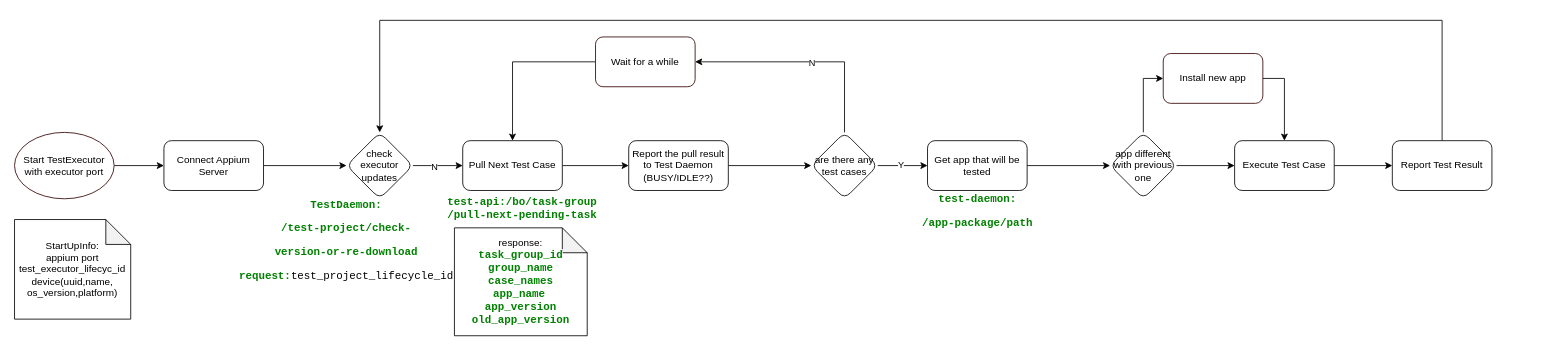
Before: page "Test Executor" (6 of 6) of App Automation 2.0.drawio in michellec2021/appium-demo, a draw.io diagram. Source tidied: cells renumbered, new cells numbered last; positions are measured from the earlier drawing's top-left corner, leaving out a move shared by most shapes. Both pictures are drawn from the tidied source at 83%, with x=0, y=0 at pixel (14, 20).
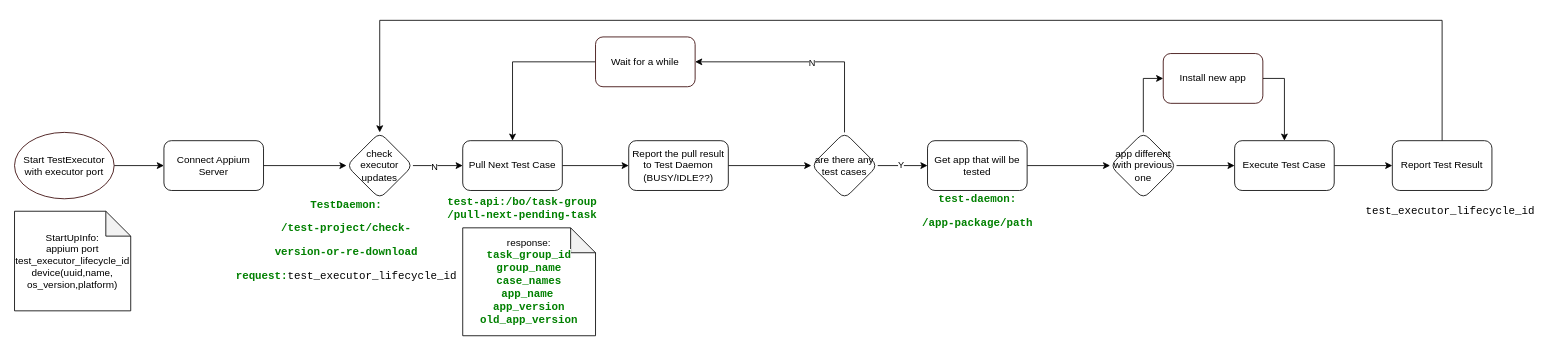
After the change.

What changed in the source:
```diff
@@
-    <mxCell id="2" value="StartUpInfo:&lt;br&gt;appium port&lt;br&gt;test_executor_lifecyc_id&lt;br&gt;device(uuid,name,&lt;br&gt;os_version,platform)" style="shape=note;whiteSpace=wrap;html=1;backgroundOutline=1;darkOpacity=0.05;" parent="1" vertex="1">
-      <mxGeometry y="240" width="140" height="120" as="geometry" />
+    <mxCell id="2" value="StartUpInfo:&lt;br&gt;appium port&lt;br&gt;test_executor_lifecycle_id&lt;br&gt;device(uuid,name,&lt;br&gt;os_version,platform)" style="shape=note;whiteSpace=wrap;html=1;backgroundOutline=1;darkOpacity=0.05;" parent="1" vertex="1">
+      <mxGeometry y="230" width="140" height="120" as="geometry" />
     </mxCell>
     <mxCell id="3" value="response:&lt;br&gt;&lt;span style=&quot;color: rgb(0, 128, 0); font-weight: bold; background-color: rgb(255, 255, 255); font-family: &amp;quot;JetBrains Mono&amp;quot;, monospace; font-size: 9.8pt;&quot;&gt;task_group_id&lt;br&gt;&lt;/span&gt;&lt;span style=&quot;color: rgb(0, 128, 0); font-weight: bold; background-color: rgb(255, 255, 255); font-family: &amp;quot;JetBrains Mono&amp;quot;, monospace; font-size: 9.8pt;&quot;&gt;group_name&lt;br&gt;&lt;/span&gt;&lt;span style=&quot;color: rgb(0, 128, 0); font-weight: bold; background-color: rgb(255, 255, 255); font-family: &amp;quot;JetBrains Mono&amp;quot;, monospace; font-size: 9.8pt;&quot;&gt;case_names&lt;br&gt;&lt;/span&gt;&lt;span style=&quot;color: rgb(0, 128, 0); font-weight: bold; background-color: rgb(255, 255, 255); font-family: &amp;quot;JetBrains Mono&amp;quot;, monospace; font-size: 9.8pt;&quot;&gt;app_name&lt;/span&gt;&amp;nbsp;&lt;br&gt;&lt;span style=&quot;color: rgb(0, 128, 0); font-weight: bold; background-color: rgb(255, 255, 255); font-family: &amp;quot;JetBrains Mono&amp;quot;, monospace; font-size: 9.8pt;&quot;&gt;app_version&lt;br&gt;&lt;/span&gt;&lt;span style=&quot;color: rgb(0, 128, 0); font-weight: bold; background-color: rgb(255, 255, 255); font-family: &amp;quot;JetBrains Mono&amp;quot;, monospace; font-size: 9.8pt;&quot;&gt;old_app_version&lt;/span&gt;&lt;span style=&quot;color: rgb(0, 128, 0); font-weight: bold; background-color: rgb(255, 255, 255); font-family: &amp;quot;JetBrains Mono&amp;quot;, monospace; font-size: 9.8pt;&quot;&gt;&lt;br&gt;&lt;/span&gt;" style="shape=note;whiteSpace=wrap;html=1;backgroundOutline=1;darkOpacity=0.05;" parent="1" vertex="1">
-      <mxGeometry x="530" y="250" width="160" height="130" as="geometry" />
+      <mxGeometry x="540" y="250" width="160" height="130" as="geometry" />
     </mxCell>
@@
-    <mxCell id="11" value="&lt;pre style=&quot;background-color: rgb(255, 255, 255); font-family: &amp;quot;JetBrains Mono&amp;quot;, monospace; font-size: 9.8pt;&quot;&gt;&lt;span style=&quot;color:#008000;font-weight:bold;&quot;&gt;TestDaemon:&lt;/span&gt;&lt;/pre&gt;&lt;pre style=&quot;background-color: rgb(255, 255, 255); font-family: &amp;quot;JetBrains Mono&amp;quot;, monospace; font-size: 9.8pt;&quot;&gt;&lt;span style=&quot;color:#008000;font-weight:bold;&quot;&gt;/test-project/check-&lt;/span&gt;&lt;/pre&gt;&lt;pre style=&quot;background-color: rgb(255, 255, 255); font-family: &amp;quot;JetBrains Mono&amp;quot;, monospace; font-size: 9.8pt;&quot;&gt;&lt;span style=&quot;color:#008000;font-weight:bold;&quot;&gt;version-or-re-download&lt;/span&gt;&lt;/pre&gt;&lt;pre style=&quot;background-color: rgb(255, 255, 255); font-family: &amp;quot;JetBrains Mono&amp;quot;, monospace; font-size: 9.8pt;&quot;&gt;&lt;span style=&quot;color:#008000;font-weight:bold;&quot;&gt;request:&lt;/span&gt;test_project_lifecycle_id&lt;/pre&gt;" style="text;html=1;strokeColor=none;fillColor=none;align=center;verticalAlign=middle;whiteSpace=wrap;rounded=0;" parent="1" vertex="1">
+    <mxCell id="11" value="&lt;pre style=&quot;background-color: rgb(255, 255, 255); font-family: &amp;quot;JetBrains Mono&amp;quot;, monospace; font-size: 9.8pt;&quot;&gt;&lt;span style=&quot;color:#008000;font-weight:bold;&quot;&gt;TestDaemon:&lt;/span&gt;&lt;/pre&gt;&lt;pre style=&quot;background-color: rgb(255, 255, 255); font-family: &amp;quot;JetBrains Mono&amp;quot;, monospace; font-size: 9.8pt;&quot;&gt;&lt;span style=&quot;color:#008000;font-weight:bold;&quot;&gt;/test-project/check-&lt;/span&gt;&lt;/pre&gt;&lt;pre style=&quot;background-color: rgb(255, 255, 255); font-family: &amp;quot;JetBrains Mono&amp;quot;, monospace; font-size: 9.8pt;&quot;&gt;&lt;span style=&quot;color:#008000;font-weight:bold;&quot;&gt;version-or-re-download&lt;/span&gt;&lt;/pre&gt;&lt;pre style=&quot;background-color: rgb(255, 255, 255); font-family: &amp;quot;JetBrains Mono&amp;quot;, monospace; font-size: 9.8pt;&quot;&gt;&lt;span style=&quot;color:#008000;font-weight:bold;&quot;&gt;request:&lt;/span&gt;test_executor_lifecycle_id&lt;/pre&gt;" style="text;html=1;strokeColor=none;fillColor=none;align=center;verticalAlign=middle;whiteSpace=wrap;rounded=0;" parent="1" vertex="1">
       <mxGeometry x="370" y="250" width="60" height="30" as="geometry" />
     </mxCell>
@@
+    <mxCell id="36" value="&lt;pre style=&quot;background-color: rgb(255, 255, 255); font-family: &amp;quot;JetBrains Mono&amp;quot;, monospace; font-size: 9.8pt;&quot;&gt;test_executor_lifecycle_id&lt;/pre&gt;" style="text;html=1;strokeColor=none;fillColor=none;align=center;verticalAlign=middle;whiteSpace=wrap;rounded=0;" parent="1" vertex="1">
+      <mxGeometry x="1700" y="215" width="60" height="30" as="geometry" />
+    </mxCell>
```
